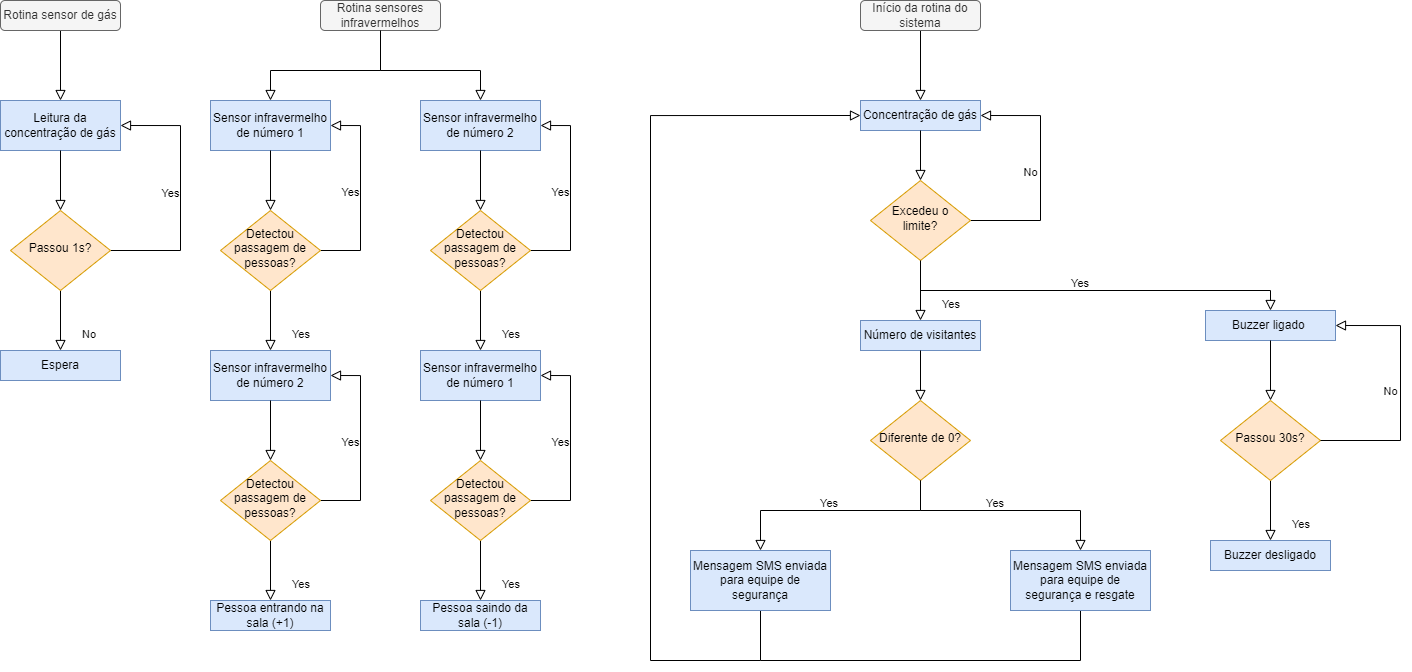
The draw.io diagram 2022.2/Gas Leak Safety System/Gas_Safety_Sys-Página-2.drawio.png in vm-bertini/ea075-2023.1, before a commit. Source tidied: cells renumbered, new cells last; positions are measured from the earlier drawing's top-left corner, leaving out a move shared by most shapes.
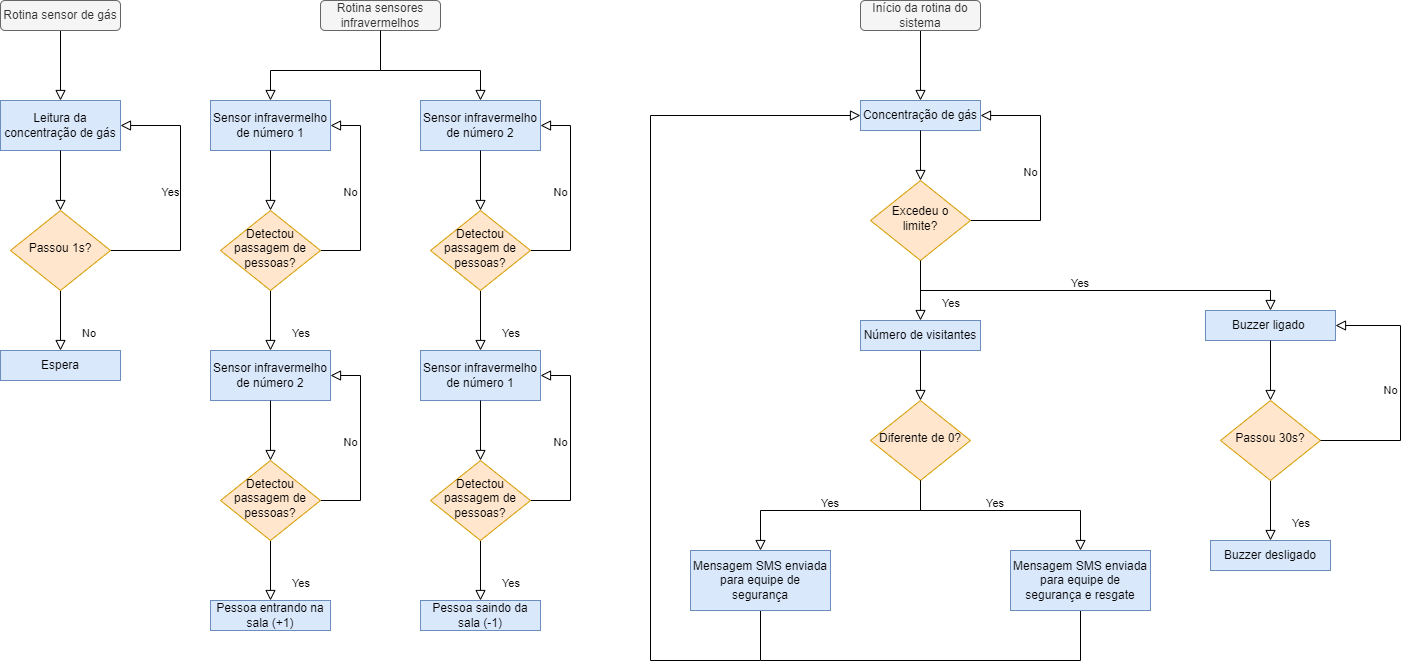
The same file after the commit.

Diff of the diagram source:
```diff
@@ -133,7 +133,7 @@
         <mxPoint x="270" y="350" as="targetPoint" />
       </mxGeometry>
     </mxCell>
-    <mxCell id="31" value="Yes" style="edgeStyle=orthogonalEdgeStyle;rounded=0;html=1;jettySize=auto;fontSize=11;endArrow=block;endFill=0;endSize=8;strokeWidth=1;shadow=0;labelBackgroundColor=none;entryX=1;entryY=0.5;entryDx=0;entryDy=0;exitX=1;exitY=0.5;exitDx=0;exitDy=0;" parent="1" edge="1" source="32" target="33">
+    <mxCell id="31" value="No" style="edgeStyle=orthogonalEdgeStyle;rounded=0;html=1;jettySize=auto;fontSize=11;endArrow=block;endFill=0;endSize=8;strokeWidth=1;shadow=0;labelBackgroundColor=none;entryX=1;entryY=0.5;entryDx=0;entryDy=0;exitX=1;exitY=0.5;exitDx=0;exitDy=0;" parent="1" edge="1" source="32" target="33">
       <mxGeometry y="10" relative="1" as="geometry">
         <Array as="points">
           <mxPoint x="360" y="250" />
@@ -153,7 +153,7 @@
     <mxCell id="35" value="Yes" style="rounded=0;html=1;jettySize=auto;fontSize=11;endArrow=block;endFill=0;endSize=8;strokeWidth=1;shadow=0;labelBackgroundColor=none;edgeStyle=orthogonalEdgeStyle;entryX=0.5;entryY=0;entryDx=0;entryDy=0;labelPosition=right;verticalLabelPosition=bottom;align=left;verticalAlign=top;" parent="1" edge="1" source="37" target="44">
       <mxGeometry y="20" relative="1" as="geometry" />
     </mxCell>
-    <mxCell id="36" value="Yes" style="edgeStyle=orthogonalEdgeStyle;rounded=0;html=1;jettySize=auto;fontSize=11;endArrow=block;endFill=0;endSize=8;strokeWidth=1;shadow=0;labelBackgroundColor=none;entryX=1;entryY=0.5;entryDx=0;entryDy=0;exitX=1;exitY=0.5;exitDx=0;exitDy=0;" parent="1" edge="1" source="37" target="38">
+    <mxCell id="36" value="No" style="edgeStyle=orthogonalEdgeStyle;rounded=0;html=1;jettySize=auto;fontSize=11;endArrow=block;endFill=0;endSize=8;strokeWidth=1;shadow=0;labelBackgroundColor=none;entryX=1;entryY=0.5;entryDx=0;entryDy=0;exitX=1;exitY=0.5;exitDx=0;exitDy=0;" parent="1" edge="1" source="37" target="38">
       <mxGeometry y="10" relative="1" as="geometry">
         <Array as="points">
           <mxPoint x="570" y="250" />
@@ -182,7 +182,7 @@
     <mxCell id="41" value="Yes" style="rounded=0;html=1;jettySize=auto;fontSize=11;endArrow=block;endFill=0;endSize=8;strokeWidth=1;shadow=0;labelBackgroundColor=none;edgeStyle=orthogonalEdgeStyle;entryX=0.5;entryY=0;entryDx=0;entryDy=0;labelPosition=right;verticalLabelPosition=bottom;align=left;verticalAlign=top;" parent="1" edge="1" source="43" target="46">
       <mxGeometry y="20" relative="1" as="geometry" />
     </mxCell>
-    <mxCell id="42" value="Yes" style="edgeStyle=orthogonalEdgeStyle;rounded=0;html=1;jettySize=auto;fontSize=11;endArrow=block;endFill=0;endSize=8;strokeWidth=1;shadow=0;labelBackgroundColor=none;entryX=1;entryY=0.5;entryDx=0;entryDy=0;exitX=1;exitY=0.5;exitDx=0;exitDy=0;" parent="1" edge="1" source="43" target="44">
+    <mxCell id="42" value="No" style="edgeStyle=orthogonalEdgeStyle;rounded=0;html=1;jettySize=auto;fontSize=11;endArrow=block;endFill=0;endSize=8;strokeWidth=1;shadow=0;labelBackgroundColor=none;entryX=1;entryY=0.5;entryDx=0;entryDy=0;exitX=1;exitY=0.5;exitDx=0;exitDy=0;" parent="1" edge="1" source="43" target="44">
       <mxGeometry y="10" relative="1" as="geometry">
         <Array as="points">
           <mxPoint x="570" y="500" />
@@ -205,7 +205,7 @@
     <mxCell id="47" value="Yes" style="rounded=0;html=1;jettySize=auto;fontSize=11;endArrow=block;endFill=0;endSize=8;strokeWidth=1;shadow=0;labelBackgroundColor=none;edgeStyle=orthogonalEdgeStyle;entryX=0.5;entryY=0;entryDx=0;entryDy=0;labelPosition=right;verticalLabelPosition=bottom;align=left;verticalAlign=top;" parent="1" edge="1" source="49" target="52">
       <mxGeometry y="20" relative="1" as="geometry" />
     </mxCell>
-    <mxCell id="48" value="Yes" style="edgeStyle=orthogonalEdgeStyle;rounded=0;html=1;jettySize=auto;fontSize=11;endArrow=block;endFill=0;endSize=8;strokeWidth=1;shadow=0;labelBackgroundColor=none;entryX=1;entryY=0.5;entryDx=0;entryDy=0;exitX=1;exitY=0.5;exitDx=0;exitDy=0;" parent="1" edge="1" source="49" target="50">
+    <mxCell id="48" value="No" style="edgeStyle=orthogonalEdgeStyle;rounded=0;html=1;jettySize=auto;fontSize=11;endArrow=block;endFill=0;endSize=8;strokeWidth=1;shadow=0;labelBackgroundColor=none;entryX=1;entryY=0.5;entryDx=0;entryDy=0;exitX=1;exitY=0.5;exitDx=0;exitDy=0;" parent="1" edge="1" source="49" target="50">
       <mxGeometry y="10" relative="1" as="geometry">
         <Array as="points">
           <mxPoint x="360" y="500" />
```
